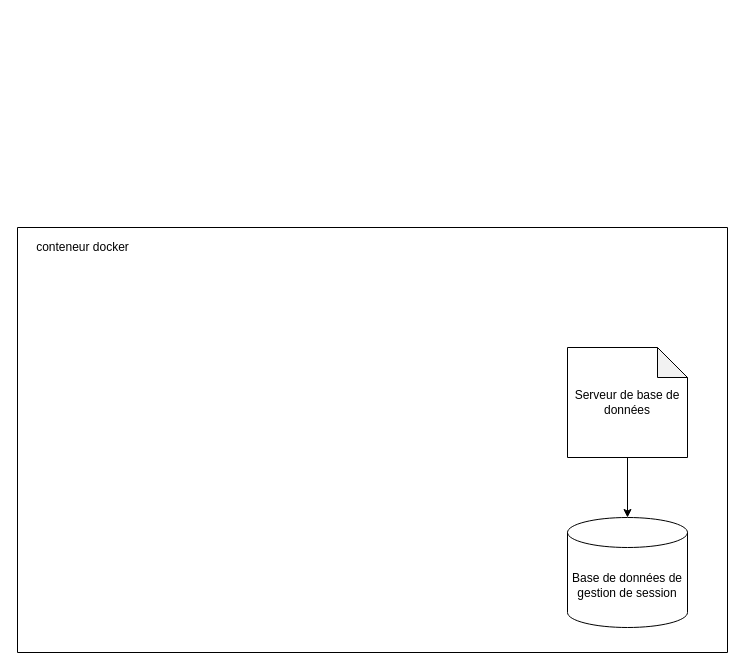
Before: InfrasturctureDiagram.drawio in cjour/audit_logistics, a draw.io diagram. Source tidied: cells renumbered, new cells numbered last; positions are measured from the earlier drawing's top-left corner, leaving out a move shared by most shapes. Both pictures are drawn from the tidied source at 100%, with x=0, y=0 at pixel (17, 227).
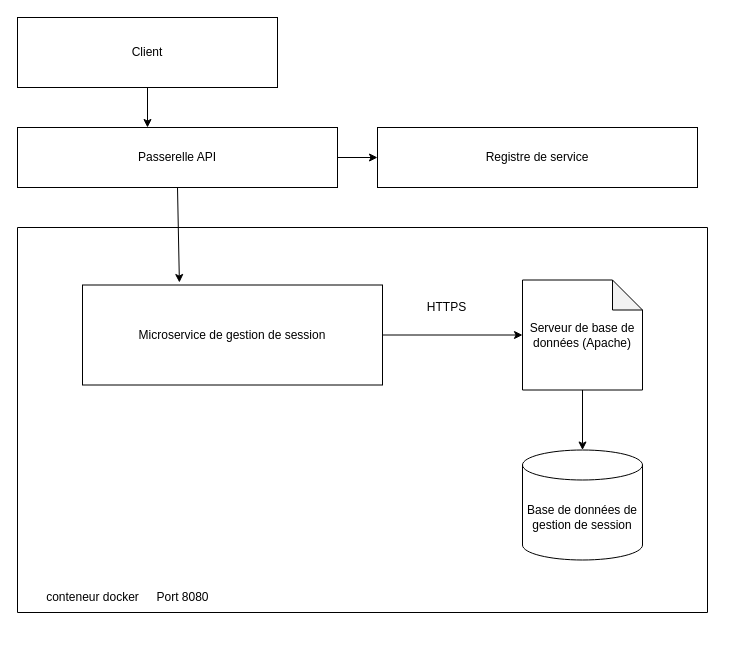
After the change.

Change to the diagram source:
```diff
@@
 <mxGraphModel>
   <root>
     <mxCell id="0" />
     <mxCell id="1" parent="0" />
     <mxCell id="2" style="swimlane;startSize=0;" parent="1" vertex="1">
-      <mxGeometry width="710" height="425" as="geometry" />
+      <mxGeometry width="690" height="385" as="geometry" />
     </mxCell>
     <mxCell id="3" value="conteneur docker" style="text;html=1;align=center;verticalAlign=middle;strokeColor=none;fillColor=none;" parent="2" vertex="1">
-      <mxGeometry x="10" y="10" width="110" height="20" as="geometry" />
+      <mxGeometry x="20" y="360" width="110" height="20" as="geometry" />
     </mxCell>
     <mxCell id="4" value="Base de données de gestion de session" style="shape=cylinder3;whiteSpace=wrap;html=1;boundedLbl=1;backgroundOutline=1;size=15;" parent="2" vertex="1">
-      <mxGeometry x="550" y="290" width="120" height="110" as="geometry" />
+      <mxGeometry x="505" y="222.5" width="120" height="110" as="geometry" />
     </mxCell>
-    <mxCell id="5" value="Serveur de base de données" style="shape=note;whiteSpace=wrap;html=1;backgroundOutline=1;darkOpacity=0.05;" parent="2" vertex="1">
-      <mxGeometry x="550" y="120" width="120" height="110" as="geometry" />
+    <mxCell id="5" value="Serveur de base de données (Apache)" style="shape=note;whiteSpace=wrap;html=1;backgroundOutline=1;darkOpacity=0.05;" parent="2" vertex="1">
+      <mxGeometry x="505" y="52.5" width="120" height="110" as="geometry" />
     </mxCell>
     <mxCell id="6" style="endArrow=classic;html=1;rounded=0;entryX=0.5;entryY=0;entryDx=0;entryDy=0;entryPerimeter=0;exitX=0.5;exitY=1;exitDx=0;exitDy=0;exitPerimeter=0;" parent="2" edge="1" source="5" target="4">
       <mxGeometry relative="1" as="geometry" />
     </mxCell>
+    <mxCell id="7" value="Microservice de gestion de session" style="rounded=0;whiteSpace=wrap;html=1;" parent="2" vertex="1">
+      <mxGeometry x="65" y="57.5" width="300" height="100" as="geometry" />
+    </mxCell>
+    <mxCell id="8" style="endArrow=classic;html=1;rounded=0;entryX=0;entryY=0.5;entryDx=0;entryDy=0;entryPerimeter=0;exitX=1;exitY=0.5;exitDx=0;exitDy=0;" parent="2" edge="1" source="7" target="5">
+      <mxGeometry relative="1" as="geometry" />
+    </mxCell>
+    <mxCell id="9" value="Port 8080" style="text;html=1;align=center;verticalAlign=middle;strokeColor=none;fillColor=none;" parent="2" vertex="1">
+      <mxGeometry x="130" y="360" width="70" height="20" as="geometry" />
+    </mxCell>
+    <mxCell id="10" value="HTTPS" style="text;html=1;align=center;verticalAlign=middle;strokeColor=none;fillColor=none;" parent="2" vertex="1">
+      <mxGeometry x="404" y="70" width="50" height="20" as="geometry" />
+    </mxCell>
+    <mxCell id="11" value="Passerelle API" style="rounded=0;whiteSpace=wrap;html=1;" parent="1" vertex="1">
+      <mxGeometry y="-100" width="320" height="60" as="geometry" />
+    </mxCell>
+    <mxCell id="12" value="Registre de service" style="rounded=0;whiteSpace=wrap;html=1;" parent="1" vertex="1">
+      <mxGeometry x="360" y="-100" width="320" height="60" as="geometry" />
+    </mxCell>
+    <mxCell id="13" style="endArrow=classic;html=1;rounded=0;entryX=0;entryY=0.5;entryDx=0;entryDy=0;exitX=1;exitY=0.5;exitDx=0;exitDy=0;" parent="1" edge="1" source="11" target="12">
+      <mxGeometry relative="1" as="geometry" />
+    </mxCell>
+    <mxCell id="14" style="endArrow=classic;html=1;rounded=0;entryX=0.323;entryY=-0.025;entryDx=0;entryDy=0;exitX=0.5;exitY=1;exitDx=0;exitDy=0;entryPerimeter=0;" parent="1" edge="1" source="11" target="7">
+      <mxGeometry relative="1" as="geometry" />
+    </mxCell>
+    <mxCell id="15" value="Client" style="rounded=0;whiteSpace=wrap;html=1;" parent="1" vertex="1">
+      <mxGeometry y="-210" width="260" height="70" as="geometry" />
+    </mxCell>
+    <mxCell id="16" style="endArrow=classic;html=1;rounded=0;exitX=0.5;exitY=1;exitDx=0;exitDy=0;" parent="1" edge="1" source="15">
+      <mxGeometry relative="1" as="geometry">
+        <mxPoint x="130" y="-100" as="targetPoint" />
+      </mxGeometry>
+    </mxCell>
   </root>
 </mxGraphModel>
```
